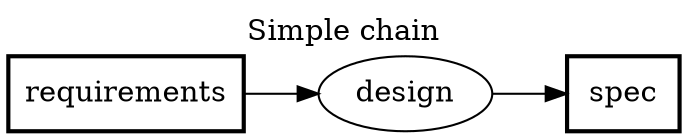
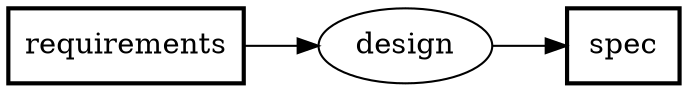
digraph PFDSL {
  rankdir=LR;
  newrank=true;
-   label="Simple chain";
-   labelloc="t";

  "design" [shape=ellipse, label="design"];
  "requirements" [shape=box, label="requirements", penwidth="2"];
  "spec" [shape=box, label="spec", penwidth="2"];

  "requirements" -> "design";
  "design" -> "spec";
}
